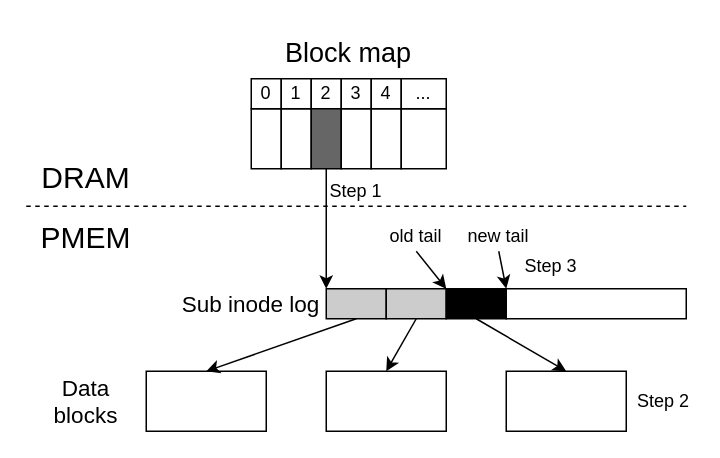
This is NOVA/filewrite.drawio from Icarusradio/Pictures, a draw.io file, before an edit. Source tidied: cells renumbered, new cells numbered last; positions are measured from the earlier drawing's top-left corner, leaving out a move shared by most shapes. Both pictures are drawn from the tidied source at 150%, with x=0, y=0 at pixel (26, 26).
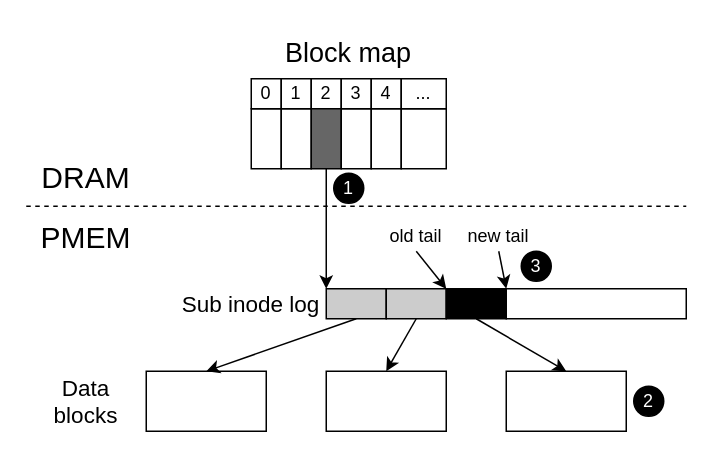
After the change.

Diff of the diagram source:
```diff
@@
-    <mxCell id="35" value="Step 1" style="rounded=0;whiteSpace=wrap;html=1;fillColor=none;strokeColor=none;" parent="1" vertex="1">
-      <mxGeometry x="200" y="100" width="40" height="20" as="geometry" />
-    </mxCell>
-    <mxCell id="36" value="Step 2" style="rounded=0;whiteSpace=wrap;html=1;fillColor=none;strokeColor=none;" parent="1" vertex="1">
-      <mxGeometry x="405" y="240" width="40" height="20" as="geometry" />
-    </mxCell>
-    <mxCell id="37" value="Step 3" style="rounded=0;whiteSpace=wrap;html=1;fillColor=none;strokeColor=none;" parent="1" vertex="1">
-      <mxGeometry x="330" y="150" width="40" height="20" as="geometry" />
-    </mxCell>
+    <mxCell id="38" value="&lt;font color=&quot;#ffffff&quot;&gt;1&lt;/font&gt;" style="ellipse;whiteSpace=wrap;html=1;fillColor=#000000;" parent="1" vertex="1">
+      <mxGeometry x="205" y="98" width="20" height="20" as="geometry" />
+    </mxCell>
+    <mxCell id="39" value="&lt;font color=&quot;#ffffff&quot;&gt;2&lt;/font&gt;" style="ellipse;whiteSpace=wrap;html=1;fillColor=#000000;" parent="1" vertex="1">
+      <mxGeometry x="405" y="240" width="20" height="20" as="geometry" />
+    </mxCell>
+    <mxCell id="40" value="&lt;font color=&quot;#ffffff&quot;&gt;3&lt;/font&gt;" style="ellipse;whiteSpace=wrap;html=1;fillColor=#000000;" parent="1" vertex="1">
+      <mxGeometry x="330" y="150" width="20" height="20" as="geometry" />
+    </mxCell>
```
